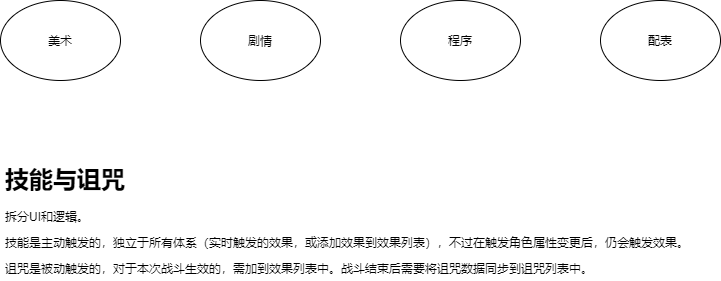
Earlier version of the draw.io export flowsheet/drawio/LOGC/works.drawio.png (JDreamHeart/DailyCodes). Source tidied: cells renumbered, new cells last; positions are measured from the earlier drawing's top-left corner, leaving out a move shared by most shapes.
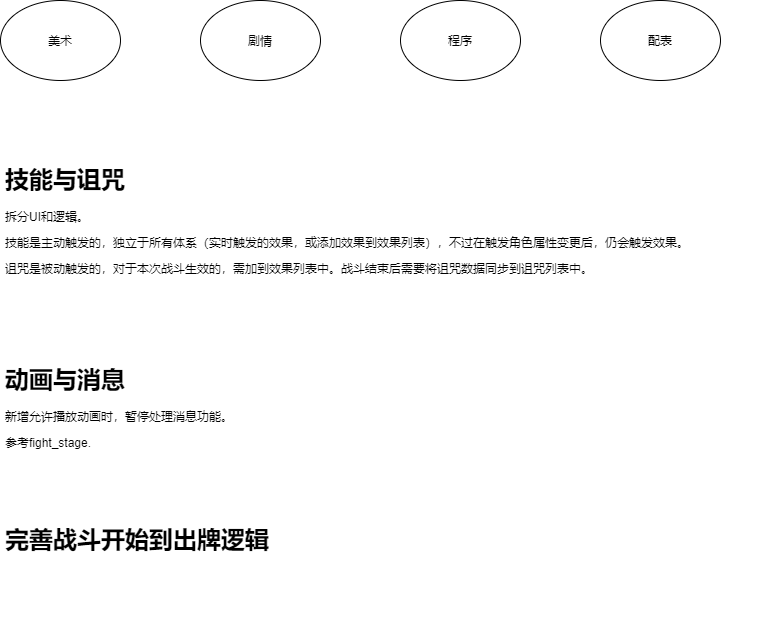
Later version of the same file.

Change to the diagram source:
```diff
@@ -17,5 +17,11 @@
     <mxCell id="6" value="&lt;h1&gt;技能与诅咒&lt;/h1&gt;&lt;p&gt;拆分UI和逻辑。&lt;/p&gt;&lt;p&gt;技能是主动触发的，独立于所有体系（实时触发的效果，或添加效果到效果列表），不过在触发角色属性变更后，仍会触发效果。&lt;/p&gt;&lt;p&gt;诅咒是被动触发的，对于本次战斗生效的，需加到效果列表中。战斗结束后需要将诅咒数据同步到诅咒列表中。&lt;/p&gt;" style="text;html=1;strokeColor=none;fillColor=none;spacing=5;spacingTop=-20;whiteSpace=wrap;overflow=hidden;rounded=0;" parent="1" vertex="1">
       <mxGeometry y="160" width="720" height="120" as="geometry" />
     </mxCell>
+    <mxCell id="7" value="&lt;h1&gt;动画与消息&lt;/h1&gt;&lt;p&gt;新增允许播放动画时，暂停处理消息功能。&lt;/p&gt;&lt;p&gt;参考fight_stage.&lt;/p&gt;" style="text;html=1;strokeColor=none;fillColor=none;spacing=5;spacingTop=-20;whiteSpace=wrap;overflow=hidden;rounded=0;" parent="1" vertex="1">
+      <mxGeometry y="360" width="760" height="120" as="geometry" />
+    </mxCell>
+    <mxCell id="8" value="&lt;h1&gt;完善战斗开始到出牌逻辑&lt;/h1&gt;&lt;p&gt;&lt;br&gt;&lt;/p&gt;" style="text;html=1;strokeColor=none;fillColor=none;spacing=5;spacingTop=-20;whiteSpace=wrap;overflow=hidden;rounded=0;" parent="1" vertex="1">
+      <mxGeometry y="520" width="760" height="120" as="geometry" />
+    </mxCell>
   </root>
 </mxGraphModel>
```
